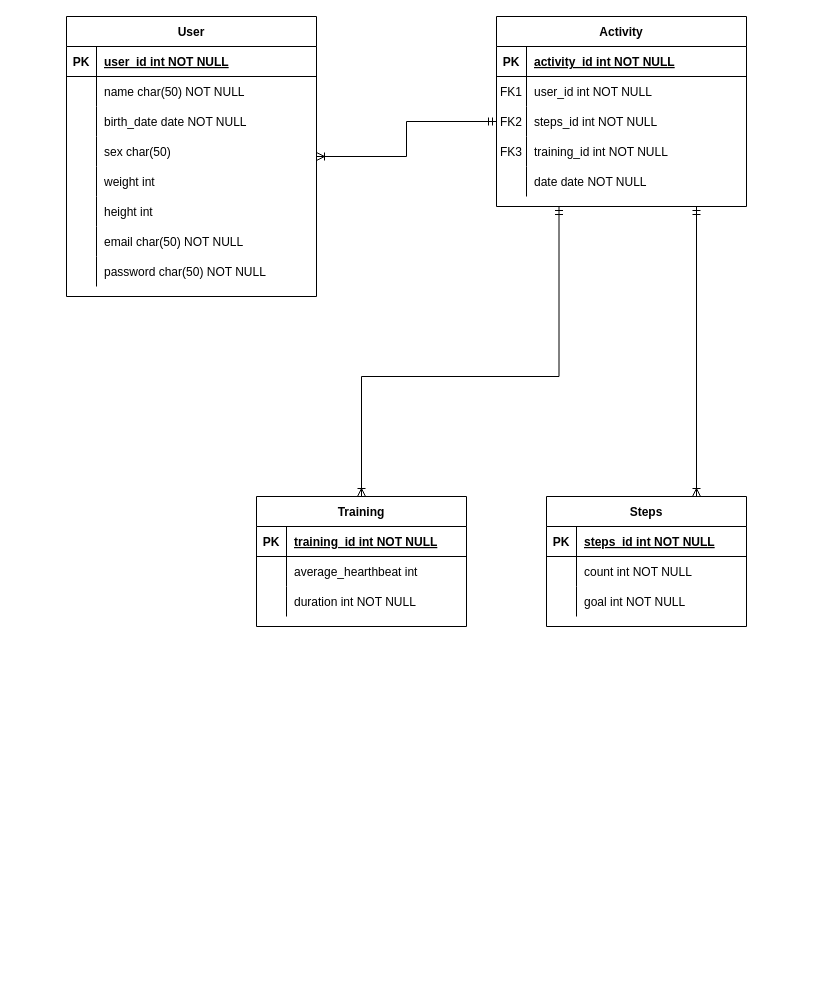
Above: Diagrams/data-base-diagram.drawio in gawlowski-mateusz/Health-Monitor (draw.io), before the change. Source tidied: cells renumbered, new cells numbered last; positions are measured from the earlier drawing's top-left corner, leaving out a move shared by most shapes. Both pictures are drawn from the tidied source at 100%, with x=0, y=0 at pixel (66, 16).
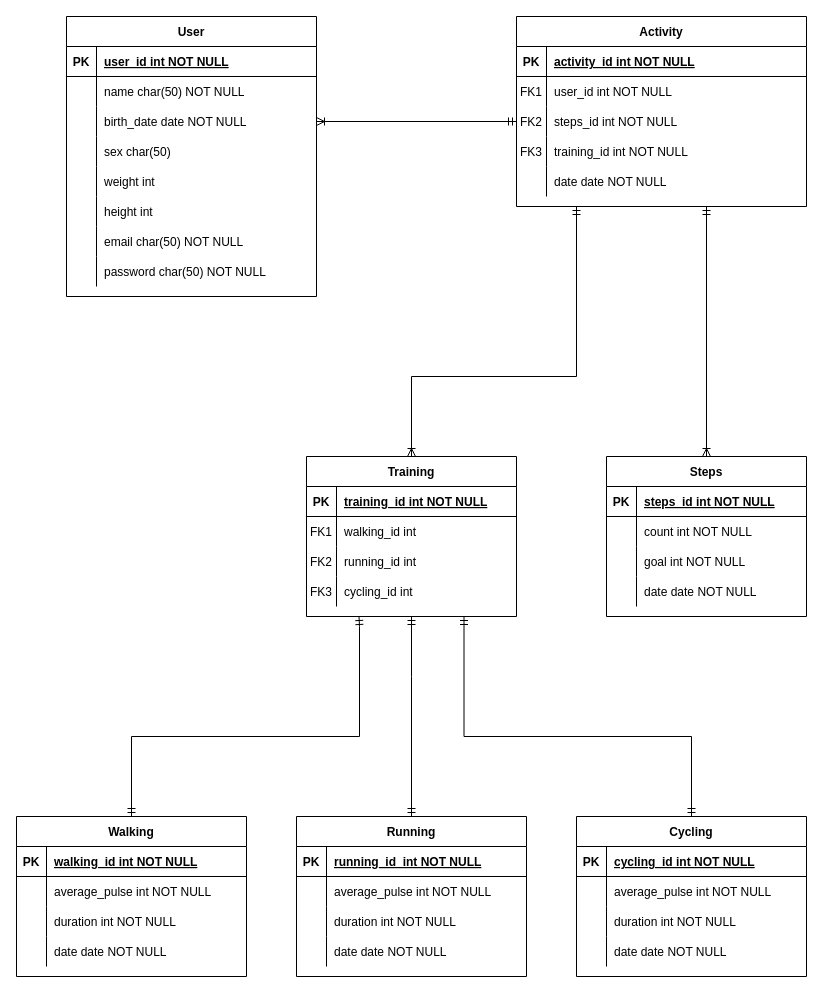
After the change.

Commit message:
Diagrams : Database model update

The change refers to these unchanged cells:
```xml
<mxCell id="19" value="User" style="shape=table;startSize=30;childLayout=tableLayout;rowLines=0;fontStyle=1;align=center;" parent="1" vertex="1">
  <mxGeometry width="250" height="280" as="geometry" />
</mxCell>
<mxCell id="26" style="shape=partialRectangle;fillColor=none;points=[[0,0.5],[1,0.5]];portConstraint=eastwest;top=0;left=0;right=0;bottom=0;" parent="19" vertex="1">
  <mxGeometry y="90" width="250" height="30" as="geometry" />
</mxCell>
<mxCell id="48" style="shape=partialRectangle;fillColor=none;top=0;left=0;right=0;bottom=0;" parent="44" vertex="1">
  <mxGeometry y="60" width="210" height="30" as="geometry" />
</mxCell>
<mxCell id="51" style="shape=partialRectangle;fillColor=none;top=0;left=0;right=0;bottom=0;" parent="44" vertex="1">
  <mxGeometry y="90" width="210" height="30" as="geometry" />
</mxCell>
```

Change to the diagram source:
```diff
@@
     <mxCell id="2" value="Activity" style="shape=table;startSize=30;childLayout=tableLayout;rowLines=0;fontStyle=1;align=center;" parent="1" vertex="1">
-      <mxGeometry x="430" width="250" height="190" as="geometry" />
+      <mxGeometry x="450" width="290" height="190" as="geometry" />
     </mxCell>
     <mxCell id="3" style="shape=partialRectangle;fillColor=none;top=0;left=0;right=0;bottom=1;" parent="2" vertex="1">
-      <mxGeometry y="30" width="250" height="30" as="geometry" />
+      <mxGeometry y="30" width="290" height="30" as="geometry" />
     </mxCell>
@@
     <mxCell id="5" value="activity_id int NOT NULL " style="shape=partialRectangle;overflow=hidden;fillColor=none;top=0;left=0;bottom=0;right=0;align=left;spacingLeft=6;fontStyle=5;" parent="3" vertex="1">
-      <mxGeometry x="30" width="220" height="30" as="geometry" />
+      <mxGeometry x="30" width="260" height="30" as="geometry" />
     </mxCell>
     <mxCell id="6" style="shape=partialRectangle;fillColor=none;top=0;left=0;right=0;bottom=0;" parent="2" vertex="1">
-      <mxGeometry y="60" width="250" height="30" as="geometry" />
+      <mxGeometry y="60" width="290" height="30" as="geometry" />
     </mxCell>
@@
     <mxCell id="8" value="user_id int NOT NULL" style="shape=partialRectangle;overflow=hidden;fillColor=none;top=0;left=0;bottom=0;right=0;align=left;spacingLeft=6;" parent="6" vertex="1">
-      <mxGeometry x="30" width="220" height="30" as="geometry" />
+      <mxGeometry x="30" width="260" height="30" as="geometry" />
     </mxCell>
     <mxCell id="9" style="shape=partialRectangle;fillColor=none;points=[[0,0.5],[1,0.5]];portConstraint=eastwest;top=0;left=0;right=0;bottom=0;" parent="2" vertex="1">
-      <mxGeometry y="90" width="250" height="30" as="geometry" />
+      <mxGeometry y="90" width="290" height="30" as="geometry" />
     </mxCell>
@@
     <mxCell id="11" value="steps_id int NOT NULL" style="shape=partialRectangle;overflow=hidden;fillColor=none;top=0;left=0;bottom=0;right=0;align=left;spacingLeft=6;" parent="9" vertex="1">
-      <mxGeometry x="30" width="220" height="30" as="geometry" />
+      <mxGeometry x="30" width="260" height="30" as="geometry" />
     </mxCell>
     <mxCell id="12" style="shape=partialRectangle;fillColor=none;top=0;left=0;right=0;bottom=0;" parent="2" vertex="1">
-      <mxGeometry y="120" width="250" height="30" as="geometry" />
+      <mxGeometry y="120" width="290" height="30" as="geometry" />
     </mxCell>
@@
     <mxCell id="14" value="training_id int NOT NULL" style="shape=partialRectangle;overflow=hidden;fillColor=none;top=0;left=0;bottom=0;right=0;align=left;spacingLeft=6;" parent="12" vertex="1">
-      <mxGeometry x="30" width="220" height="30" as="geometry" />
+      <mxGeometry x="30" width="260" height="30" as="geometry" />
     </mxCell>
     <mxCell id="15" style="shape=partialRectangle;fillColor=none;top=0;left=0;right=0;bottom=0;" parent="2" vertex="1">
-      <mxGeometry y="150" width="250" height="30" as="geometry" />
+      <mxGeometry y="150" width="290" height="30" as="geometry" />
     </mxCell>
@@
     <mxCell id="17" value="date date NOT NULL" style="shape=partialRectangle;overflow=hidden;fillColor=none;top=0;left=0;bottom=0;right=0;align=left;spacingLeft=6;" parent="15" vertex="1">
-      <mxGeometry x="30" width="220" height="30" as="geometry" />
+      <mxGeometry x="30" width="260" height="30" as="geometry" />
     </mxCell>
-    <mxCell id="18" style="edgeStyle=orthogonalEdgeStyle;rounded=0;jettySize=auto;html=1;entryX=0;entryY=0.5;entryDx=0;entryDy=0;startArrow=ERoneToMany;startFill=0;endArrow=ERmandOne;endFill=0;fontStyle=1;" parent="1" edge="1" source="19" target="9">
+    <mxCell id="18" style="edgeStyle=orthogonalEdgeStyle;rounded=0;jettySize=auto;html=1;entryX=0;entryY=0.5;entryDx=0;entryDy=0;startArrow=ERoneToMany;startFill=0;endArrow=ERmandOne;endFill=0;fontStyle=1;exitX=1;exitY=0.5;exitDx=0;exitDy=0;" parent="1" edge="1" source="26" target="9">
       <mxGeometry relative="1" as="geometry" />
     </mxCell>
@@
     <mxCell id="44" value="Training" style="shape=table;startSize=30;childLayout=tableLayout;rowLines=0;fontStyle=1;align=center;" parent="1" vertex="1">
-      <mxGeometry x="190" y="480" width="210" height="130" as="geometry" />
+      <mxGeometry x="240" y="440" width="210" height="160" as="geometry" />
     </mxCell>
@@
-    <mxCell id="49" style="shape=partialRectangle;overflow=hidden;fillColor=none;top=0;left=0;bottom=0;right=0;" parent="48" vertex="1">
+    <mxCell id="49" value="FK1" style="shape=partialRectangle;overflow=hidden;fillColor=none;top=0;left=0;bottom=0;right=0;" parent="48" vertex="1">
       <mxGeometry width="30" height="30" as="geometry" />
     </mxCell>
-    <mxCell id="50" value="average_hearthbeat int" style="shape=partialRectangle;overflow=hidden;fillColor=none;top=0;left=0;bottom=0;right=0;align=left;spacingLeft=6;" parent="48" vertex="1">
+    <mxCell id="50" value="walking_id int" style="shape=partialRectangle;overflow=hidden;fillColor=none;top=0;left=0;bottom=0;right=0;align=left;spacingLeft=6;" parent="48" vertex="1">
       <mxGeometry x="30" width="180" height="30" as="geometry" />
     </mxCell>
@@
-    <mxCell id="52" style="shape=partialRectangle;overflow=hidden;fillColor=none;top=0;left=0;bottom=0;right=0;" parent="51" vertex="1">
+    <mxCell id="52" value="FK2" style="shape=partialRectangle;overflow=hidden;fillColor=none;top=0;left=0;bottom=0;right=0;" parent="51" vertex="1">
       <mxGeometry width="30" height="30" as="geometry" />
     </mxCell>
-    <mxCell id="53" value="duration int NOT NULL" style="shape=partialRectangle;overflow=hidden;fillColor=none;top=0;left=0;bottom=0;right=0;align=left;spacingLeft=6;" parent="51" vertex="1">
+    <mxCell id="53" value="running_id int" style="shape=partialRectangle;overflow=hidden;fillColor=none;top=0;left=0;bottom=0;right=0;align=left;spacingLeft=6;" parent="51" vertex="1">
       <mxGeometry x="30" width="180" height="30" as="geometry" />
     </mxCell>
+    <mxCell id="66" style="shape=partialRectangle;fillColor=none;top=0;left=0;right=0;bottom=0;" parent="44" vertex="1">
+      <mxGeometry y="120" width="210" height="30" as="geometry" />
+    </mxCell>
+    <mxCell id="67" value="FK3" style="shape=partialRectangle;overflow=hidden;fillColor=none;top=0;left=0;bottom=0;right=0;" parent="66" vertex="1">
+      <mxGeometry width="30" height="30" as="geometry" />
+    </mxCell>
+    <mxCell id="68" value="cycling_id int" style="shape=partialRectangle;overflow=hidden;fillColor=none;top=0;left=0;bottom=0;right=0;align=left;spacingLeft=6;" parent="66" vertex="1">
+      <mxGeometry x="30" width="180" height="30" as="geometry" />
+    </mxCell>
     <mxCell id="54" value="Steps" style="shape=table;startSize=30;childLayout=tableLayout;rowLines=0;fontStyle=1;align=center;" parent="1" vertex="1">
-      <mxGeometry x="480" y="480" width="200" height="130" as="geometry" />
+      <mxGeometry x="540" y="440" width="200" height="160" as="geometry" />
     </mxCell>
@@
+    <mxCell id="69" style="shape=partialRectangle;fillColor=none;top=0;left=0;right=0;bottom=0;" parent="54" vertex="1">
+      <mxGeometry y="120" width="200" height="30" as="geometry" />
+    </mxCell>
+    <mxCell id="70" style="shape=partialRectangle;overflow=hidden;fillColor=none;top=0;left=0;bottom=0;right=0;" parent="69" vertex="1">
+      <mxGeometry width="30" height="30" as="geometry" />
+    </mxCell>
+    <mxCell id="71" value="date date NOT NULL" style="shape=partialRectangle;overflow=hidden;fillColor=none;top=0;left=0;bottom=0;right=0;align=left;spacingLeft=6;" parent="69" vertex="1">
+      <mxGeometry x="30" width="170" height="30" as="geometry" />
+    </mxCell>
-    <mxCell id="64" style="edgeStyle=orthogonalEdgeStyle;rounded=0;jettySize=auto;html=1;entryX=0.25;entryY=1;entryDx=0;entryDy=0;startArrow=ERoneToMany;startFill=0;endArrow=ERmandOne;endFill=0;fontStyle=1;exitX=0.5;exitY=0;exitDx=0;exitDy=0;" parent="1" edge="1" source="44" target="2">
+    <mxCell id="64" style="edgeStyle=orthogonalEdgeStyle;rounded=0;jettySize=auto;html=1;startArrow=ERoneToMany;startFill=0;endArrow=ERmandOne;endFill=0;fontStyle=1;exitX=0.5;exitY=0;exitDx=0;exitDy=0;" parent="1" edge="1" source="44">
       <mxGeometry relative="1" as="geometry">
+        <mxPoint x="510" y="190" as="targetPoint" />
         <Array as="points">
-          <mxPoint x="295" y="360" />
-          <mxPoint x="492" y="360" />
+          <mxPoint x="345" y="360" />
+          <mxPoint x="510" y="360" />
         </Array>
       </mxGeometry>
     </mxCell>
-    <mxCell id="65" style="edgeStyle=orthogonalEdgeStyle;rounded=0;jettySize=auto;html=1;startArrow=ERoneToMany;startFill=0;endArrow=ERmandOne;endFill=0;fontStyle=1;exitX=0.75;exitY=0;exitDx=0;exitDy=0;" parent="1" edge="1" source="54">
+    <mxCell id="65" style="edgeStyle=orthogonalEdgeStyle;rounded=0;jettySize=auto;html=1;startArrow=ERoneToMany;startFill=0;endArrow=ERmandOne;endFill=0;fontStyle=1;exitX=0.5;exitY=0;exitDx=0;exitDy=0;" parent="1" edge="1" source="54">
       <mxGeometry relative="1" as="geometry">
-        <mxPoint x="630" y="190" as="targetPoint" />
+        <mxPoint x="640" y="190" as="targetPoint" />
         <Array as="points">
-          <mxPoint x="630" y="190" />
+          <mxPoint x="640" y="190" />
         </Array>
       </mxGeometry>
     </mxCell>
+    <mxCell id="72" value="Walking" style="shape=table;startSize=30;childLayout=tableLayout;rowLines=0;fontStyle=1;align=center;" parent="1" vertex="1">
+      <mxGeometry x="-50" y="800" width="230" height="160" as="geometry" />
+    </mxCell>
+    <mxCell id="73" style="shape=partialRectangle;fillColor=none;top=0;left=0;right=0;bottom=1;" parent="72" vertex="1">
+      <mxGeometry y="30" width="230" height="30" as="geometry" />
+    </mxCell>
+    <mxCell id="74" value="PK" style="shape=partialRectangle;overflow=hidden;fillColor=none;top=0;left=0;bottom=0;right=0;fontStyle=1;" parent="73" vertex="1">
+      <mxGeometry width="30" height="30" as="geometry" />
+    </mxCell>
+    <mxCell id="75" value="walking_id int NOT NULL " style="shape=partialRectangle;overflow=hidden;fillColor=none;top=0;left=0;bottom=0;right=0;align=left;spacingLeft=6;fontStyle=5;" parent="73" vertex="1">
+      <mxGeometry x="30" width="200" height="30" as="geometry" />
+    </mxCell>
+    <mxCell id="76" style="shape=partialRectangle;fillColor=none;top=0;left=0;right=0;bottom=0;" parent="72" vertex="1">
+      <mxGeometry y="60" width="230" height="30" as="geometry" />
+    </mxCell>
+    <mxCell id="77" style="shape=partialRectangle;overflow=hidden;fillColor=none;top=0;left=0;bottom=0;right=0;" parent="76" vertex="1">
+      <mxGeometry width="30" height="30" as="geometry" />
+    </mxCell>
+    <mxCell id="78" value="average_pulse int NOT NULL" style="shape=partialRectangle;overflow=hidden;fillColor=none;top=0;left=0;bottom=0;right=0;align=left;spacingLeft=6;" parent="76" vertex="1">
+      <mxGeometry x="30" width="200" height="30" as="geometry" />
+    </mxCell>
+    <mxCell id="79" style="shape=partialRectangle;fillColor=none;top=0;left=0;right=0;bottom=0;" parent="72" vertex="1">
+      <mxGeometry y="90" width="230" height="30" as="geometry" />
+    </mxCell>
+    <mxCell id="80" style="shape=partialRectangle;overflow=hidden;fillColor=none;top=0;left=0;bottom=0;right=0;" parent="79" vertex="1">
+      <mxGeometry width="30" height="30" as="geometry" />
+    </mxCell>
+    <mxCell id="81" value="duration int NOT NULL" style="shape=partialRectangle;overflow=hidden;fillColor=none;top=0;left=0;bottom=0;right=0;align=left;spacingLeft=6;" parent="79" vertex="1">
+      <mxGeometry x="30" width="200" height="30" as="geometry" />
+    </mxCell>
+    <mxCell id="82" style="shape=partialRectangle;fillColor=none;top=0;left=0;right=0;bottom=0;" parent="72" vertex="1">
+      <mxGeometry y="120" width="230" height="30" as="geometry" />
+    </mxCell>
+    <mxCell id="83" style="shape=partialRectangle;overflow=hidden;fillColor=none;top=0;left=0;bottom=0;right=0;" parent="82" vertex="1">
+      <mxGeometry width="30" height="30" as="geometry" />
+    </mxCell>
+    <mxCell id="84" value="date date NOT NULL" style="shape=partialRectangle;overflow=hidden;fillColor=none;top=0;left=0;bottom=0;right=0;align=left;spacingLeft=6;" parent="82" vertex="1">
+      <mxGeometry x="30" width="200" height="30" as="geometry" />
+    </mxCell>
+    <mxCell id="85" value="Running" style="shape=table;startSize=30;childLayout=tableLayout;rowLines=0;fontStyle=1;align=center;" parent="1" vertex="1">
+      <mxGeometry x="230" y="800" width="230" height="160" as="geometry" />
+    </mxCell>
+    <mxCell id="86" style="shape=partialRectangle;fillColor=none;top=0;left=0;right=0;bottom=1;" parent="85" vertex="1">
+      <mxGeometry y="30" width="230" height="30" as="geometry" />
+    </mxCell>
+    <mxCell id="87" value="PK" style="shape=partialRectangle;overflow=hidden;fillColor=none;top=0;left=0;bottom=0;right=0;fontStyle=1;" parent="86" vertex="1">
+      <mxGeometry width="30" height="30" as="geometry" />
+    </mxCell>
+    <mxCell id="88" value="running_id  int NOT NULL " style="shape=partialRectangle;overflow=hidden;fillColor=none;top=0;left=0;bottom=0;right=0;align=left;spacingLeft=6;fontStyle=5;" parent="86" vertex="1">
+      <mxGeometry x="30" width="200" height="30" as="geometry" />
+    </mxCell>
+    <mxCell id="89" style="shape=partialRectangle;fillColor=none;top=0;left=0;right=0;bottom=0;" parent="85" vertex="1">
+      <mxGeometry y="60" width="230" height="30" as="geometry" />
+    </mxCell>
+    <mxCell id="90" style="shape=partialRectangle;overflow=hidden;fillColor=none;top=0;left=0;bottom=0;right=0;" parent="89" vertex="1">
+      <mxGeometry width="30" height="30" as="geometry" />
+    </mxCell>
+    <mxCell id="91" value="average_pulse int NOT NULL" style="shape=partialRectangle;overflow=hidden;fillColor=none;top=0;left=0;bottom=0;right=0;align=left;spacingLeft=6;" parent="89" vertex="1">
+      <mxGeometry x="30" width="200" height="30" as="geometry" />
+    </mxCell>
+    <mxCell id="92" style="shape=partialRectangle;fillColor=none;top=0;left=0;right=0;bottom=0;" parent="85" vertex="1">
+      <mxGeometry y="90" width="230" height="30" as="geometry" />
+    </mxCell>
+    <mxCell id="93" style="shape=partialRectangle;overflow=hidden;fillColor=none;top=0;left=0;bottom=0;right=0;" parent="92" vertex="1">
+      <mxGeometry width="30" height="30" as="geometry" />
+    </mxCell>
+    <mxCell id="94" value="duration int NOT NULL" style="shape=partialRectangle;overflow=hidden;fillColor=none;top=0;left=0;bottom=0;right=0;align=left;spacingLeft=6;" parent="92" vertex="1">
+      <mxGeometry x="30" width="200" height="30" as="geometry" />
+    </mxCell>
+    <mxCell id="95" style="shape=partialRectangle;fillColor=none;top=0;left=0;right=0;bottom=0;" parent="85" vertex="1">
+      <mxGeometry y="120" width="230" height="30" as="geometry" />
+    </mxCell>
+    <mxCell id="96" style="shape=partialRectangle;overflow=hidden;fillColor=none;top=0;left=0;bottom=0;right=0;" parent="95" vertex="1">
+      <mxGeometry width="30" height="30" as="geometry" />
+    </mxCell>
+    <mxCell id="97" value="date date NOT NULL" style="shape=partialRectangle;overflow=hidden;fillColor=none;top=0;left=0;bottom=0;right=0;align=left;spacingLeft=6;" parent="95" vertex="1">
+      <mxGeometry x="30" width="200" height="30" as="geometry" />
+    </mxCell>
+    <mxCell id="98" value="Cycling" style="shape=table;startSize=30;childLayout=tableLayout;rowLines=0;fontStyle=1;align=center;" parent="1" vertex="1">
+      <mxGeometry x="510" y="800" width="230" height="160" as="geometry" />
+    </mxCell>
+    <mxCell id="99" style="shape=partialRectangle;fillColor=none;top=0;left=0;right=0;bottom=1;" parent="98" vertex="1">
+      <mxGeometry y="30" width="230" height="30" as="geometry" />
+    </mxCell>
+    <mxCell id="100" value="PK" style="shape=partialRectangle;overflow=hidden;fillColor=none;top=0;left=0;bottom=0;right=0;fontStyle=1;" parent="99" vertex="1">
+      <mxGeometry width="30" height="30" as="geometry" />
+    </mxCell>
+    <mxCell id="101" value="cycling_id int NOT NULL " style="shape=partialRectangle;overflow=hidden;fillColor=none;top=0;left=0;bottom=0;right=0;align=left;spacingLeft=6;fontStyle=5;" parent="99" vertex="1">
+      <mxGeometry x="30" width="200" height="30" as="geometry" />
+    </mxCell>
+    <mxCell id="102" style="shape=partialRectangle;fillColor=none;top=0;left=0;right=0;bottom=0;" parent="98" vertex="1">
+      <mxGeometry y="60" width="230" height="30" as="geometry" />
+    </mxCell>
+    <mxCell id="103" style="shape=partialRectangle;overflow=hidden;fillColor=none;top=0;left=0;bottom=0;right=0;" parent="102" vertex="1">
+      <mxGeometry width="30" height="30" as="geometry" />
+    </mxCell>
+    <mxCell id="104" value="average_pulse int NOT NULL" style="shape=partialRectangle;overflow=hidden;fillColor=none;top=0;left=0;bottom=0;right=0;align=left;spacingLeft=6;" parent="102" vertex="1">
+      <mxGeometry x="30" width="200" height="30" as="geometry" />
+    </mxCell>
+    <mxCell id="105" style="shape=partialRectangle;fillColor=none;top=0;left=0;right=0;bottom=0;" parent="98" vertex="1">
+      <mxGeometry y="90" width="230" height="30" as="geometry" />
+    </mxCell>
+    <mxCell id="106" style="shape=partialRectangle;overflow=hidden;fillColor=none;top=0;left=0;bottom=0;right=0;" parent="105" vertex="1">
+      <mxGeometry width="30" height="30" as="geometry" />
+    </mxCell>
+    <mxCell id="107" value="duration int NOT NULL" style="shape=partialRectangle;overflow=hidden;fillColor=none;top=0;left=0;bottom=0;right=0;align=left;spacingLeft=6;" parent="105" vertex="1">
+      <mxGeometry x="30" width="200" height="30" as="geometry" />
+    </mxCell>
+    <mxCell id="108" style="shape=partialRectangle;fillColor=none;top=0;left=0;right=0;bottom=0;" parent="98" vertex="1">
+      <mxGeometry y="120" width="230" height="30" as="geometry" />
+    </mxCell>
+    <mxCell id="109" style="shape=partialRectangle;overflow=hidden;fillColor=none;top=0;left=0;bottom=0;right=0;" parent="108" vertex="1">
+      <mxGeometry width="30" height="30" as="geometry" />
+    </mxCell>
+    <mxCell id="110" value="date date NOT NULL" style="shape=partialRectangle;overflow=hidden;fillColor=none;top=0;left=0;bottom=0;right=0;align=left;spacingLeft=6;" parent="108" vertex="1">
+      <mxGeometry x="30" width="200" height="30" as="geometry" />
+    </mxCell>
+    <mxCell id="111" style="edgeStyle=orthogonalEdgeStyle;rounded=0;jettySize=auto;html=1;entryX=0.25;entryY=1;entryDx=0;entryDy=0;startArrow=ERmandOne;startFill=0;endArrow=ERmandOne;endFill=0;fontStyle=1;exitX=0.5;exitY=0;exitDx=0;exitDy=0;" parent="1" edge="1" source="72" target="44">
+      <mxGeometry relative="1" as="geometry">
+        <Array as="points">
+          <mxPoint x="65" y="720" />
+          <mxPoint x="293" y="720" />
+          <mxPoint x="293" y="610" />
+        </Array>
+      </mxGeometry>
+    </mxCell>
+    <mxCell id="112" style="edgeStyle=orthogonalEdgeStyle;rounded=0;jettySize=auto;html=1;entryX=0.5;entryY=1;entryDx=0;entryDy=0;startArrow=ERmandOne;startFill=0;endArrow=ERmandOne;endFill=0;fontStyle=1;exitX=0.5;exitY=0;exitDx=0;exitDy=0;" parent="1" edge="1" source="85" target="44">
+      <mxGeometry relative="1" as="geometry">
+        <Array as="points">
+          <mxPoint x="345" y="660" />
+          <mxPoint x="345" y="660" />
+        </Array>
+      </mxGeometry>
+    </mxCell>
+    <mxCell id="113" style="edgeStyle=orthogonalEdgeStyle;rounded=0;jettySize=auto;html=1;entryX=0.75;entryY=1;entryDx=0;entryDy=0;startArrow=ERmandOne;startFill=0;endArrow=ERmandOne;endFill=0;fontStyle=1;exitX=0.5;exitY=0;exitDx=0;exitDy=0;" parent="1" edge="1" source="98" target="44">
+      <mxGeometry relative="1" as="geometry">
+        <Array as="points">
+          <mxPoint x="625" y="720" />
+          <mxPoint x="398" y="720" />
+        </Array>
+      </mxGeometry>
+    </mxCell>
```
